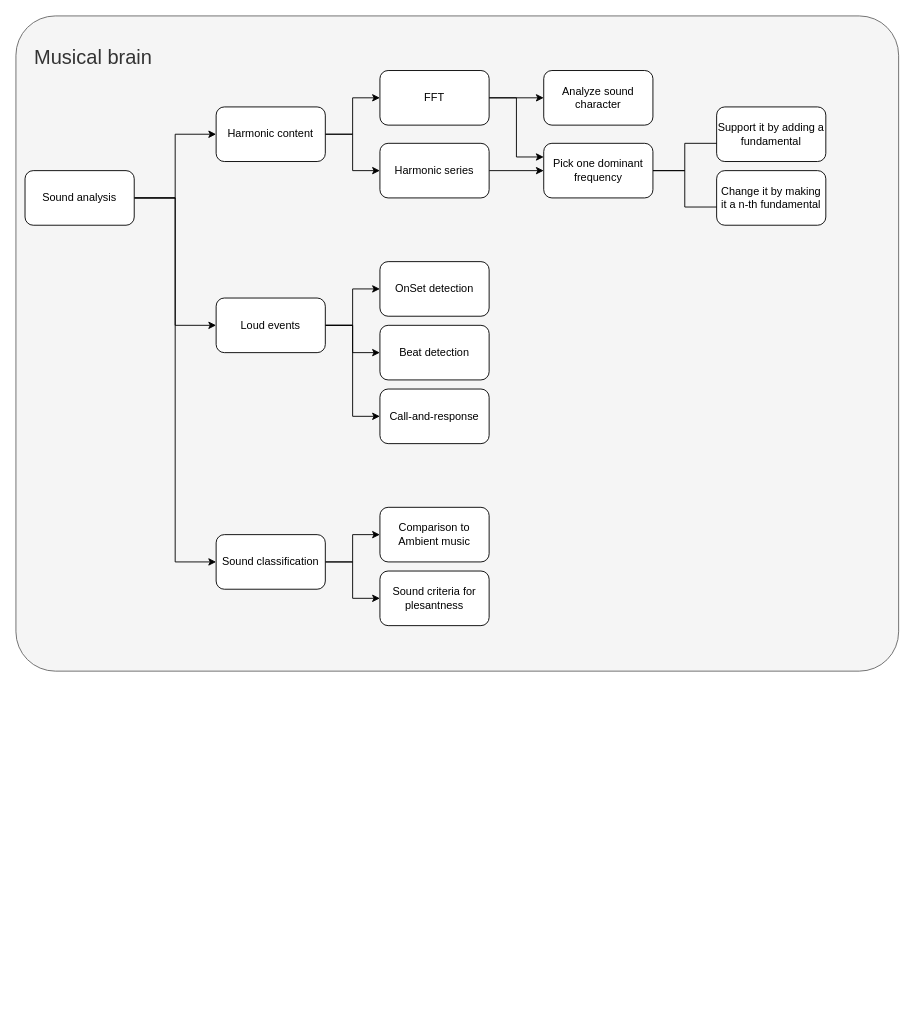
The draw.io diagram Diagrams/Nice_Noise_Diagram.drawio in prokosim/Nice_Noise, before the edit. Source tidied: cells renumbered, new cells numbered last; positions are measured from the earlier drawing's top-left corner, leaving out a move shared by most shapes. Both pictures are drawn from the tidied source at 91%, with x=0, y=0 at pixel (15, 15).
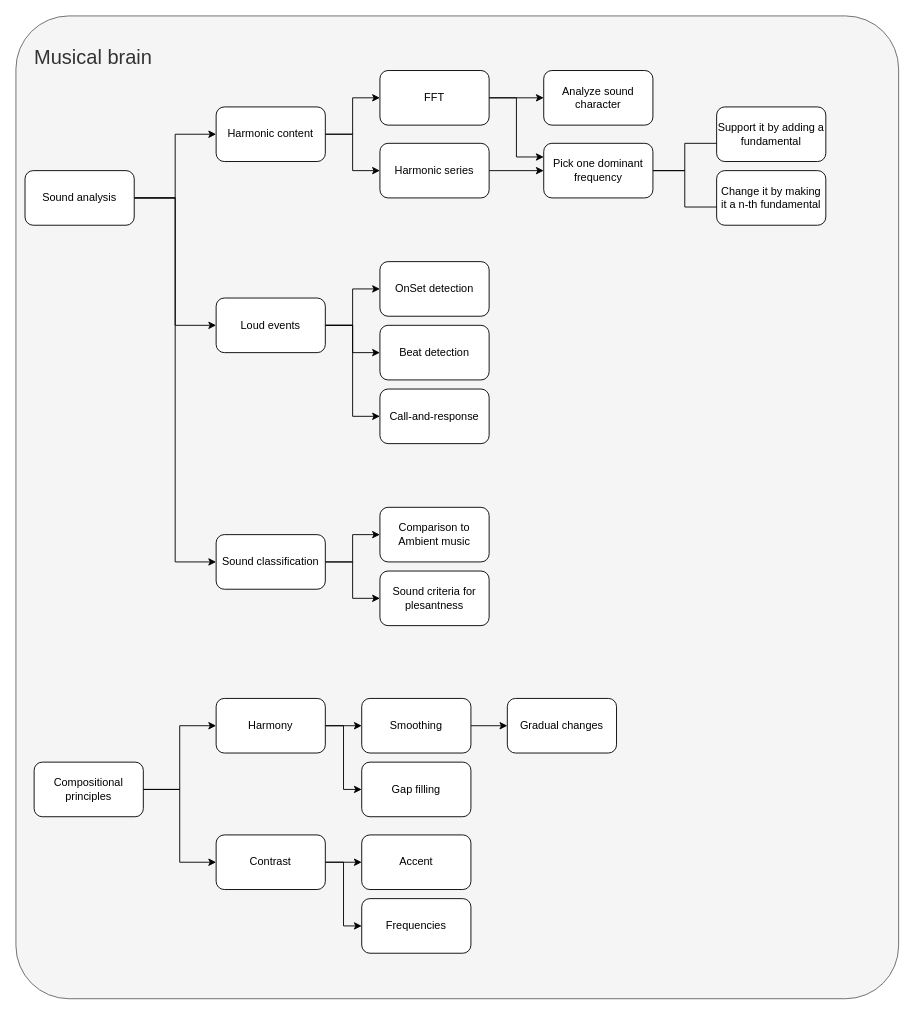
The same page after the edit.

The edit, as a diff of the source:
```diff
@@
     <mxCell id="2" value="&lt;font style=&quot;font-size: 22px&quot;&gt;&lt;br&gt;&lt;span style=&quot;white-space: pre&quot;&gt;&lt;span style=&quot;white-space: pre&quot;&gt;&lt;span style=&quot;white-space: pre&quot;&gt; &lt;/span&gt; &lt;/span&gt; &lt;/span&gt;Musical brain&lt;/font&gt;" style="rounded=1;whiteSpace=wrap;html=1;sketch=0;align=left;verticalAlign=top;fillColor=#f5f5f5;fontColor=#333333;strokeColor=#666666;arcSize=6;" parent="1" vertex="1">
-      <mxGeometry width="970" height="720" as="geometry" />
+      <mxGeometry width="970" height="1080" as="geometry" />
     </mxCell>
@@
+    <mxCell id="33" style="edgeStyle=orthogonalEdgeStyle;rounded=0;jettySize=auto;html=1;entryX=0;entryY=0.5;entryDx=0;entryDy=0;" parent="1" edge="1" source="35" target="38">
+      <mxGeometry relative="1" as="geometry" />
+    </mxCell>
+    <mxCell id="34" style="edgeStyle=orthogonalEdgeStyle;rounded=0;jettySize=auto;html=1;entryX=0;entryY=0.5;entryDx=0;entryDy=0;" parent="1" edge="1" source="35" target="41">
+      <mxGeometry relative="1" as="geometry" />
+    </mxCell>
+    <mxCell id="35" value="Compositional principles" style="rounded=1;whiteSpace=wrap;html=1;" parent="1" vertex="1">
+      <mxGeometry x="20" y="820" width="120" height="60" as="geometry" />
+    </mxCell>
+    <mxCell id="36" style="edgeStyle=orthogonalEdgeStyle;rounded=0;jettySize=auto;html=1;entryX=0;entryY=0.5;entryDx=0;entryDy=0;" parent="1" edge="1" source="38" target="43">
+      <mxGeometry relative="1" as="geometry" />
+    </mxCell>
+    <mxCell id="37" style="edgeStyle=orthogonalEdgeStyle;rounded=0;jettySize=auto;html=1;entryX=0;entryY=0.5;entryDx=0;entryDy=0;" parent="1" edge="1" source="38" target="44">
+      <mxGeometry relative="1" as="geometry" />
+    </mxCell>
+    <mxCell id="38" value="Harmony" style="rounded=1;whiteSpace=wrap;html=1;" parent="1" vertex="1">
+      <mxGeometry x="220" y="750" width="120" height="60" as="geometry" />
+    </mxCell>
+    <mxCell id="39" style="edgeStyle=orthogonalEdgeStyle;rounded=0;jettySize=auto;html=1;entryX=0;entryY=0.5;entryDx=0;entryDy=0;" parent="1" edge="1" source="41" target="45">
+      <mxGeometry relative="1" as="geometry" />
+    </mxCell>
+    <mxCell id="40" style="edgeStyle=orthogonalEdgeStyle;rounded=0;jettySize=auto;html=1;entryX=0;entryY=0.5;entryDx=0;entryDy=0;" parent="1" edge="1" source="41" target="46">
+      <mxGeometry relative="1" as="geometry" />
+    </mxCell>
+    <mxCell id="41" value="Contrast" style="rounded=1;whiteSpace=wrap;html=1;" parent="1" vertex="1">
+      <mxGeometry x="220" y="900" width="120" height="60" as="geometry" />
+    </mxCell>
+    <mxCell id="42" style="edgeStyle=orthogonalEdgeStyle;rounded=0;jettySize=auto;html=1;entryX=0;entryY=0.5;entryDx=0;entryDy=0;" parent="1" edge="1" source="43" target="47">
+      <mxGeometry relative="1" as="geometry" />
+    </mxCell>
+    <mxCell id="43" value="Smoothing" style="rounded=1;whiteSpace=wrap;html=1;" parent="1" vertex="1">
+      <mxGeometry x="380" y="750" width="120" height="60" as="geometry" />
+    </mxCell>
+    <mxCell id="44" value="Gap filling" style="rounded=1;whiteSpace=wrap;html=1;" parent="1" vertex="1">
+      <mxGeometry x="380" y="820" width="120" height="60" as="geometry" />
+    </mxCell>
+    <mxCell id="45" value="Accent" style="rounded=1;whiteSpace=wrap;html=1;" parent="1" vertex="1">
+      <mxGeometry x="380" y="900" width="120" height="60" as="geometry" />
+    </mxCell>
+    <mxCell id="46" value="Frequencies" style="rounded=1;whiteSpace=wrap;html=1;" parent="1" vertex="1">
+      <mxGeometry x="380" y="970" width="120" height="60" as="geometry" />
+    </mxCell>
+    <mxCell id="47" value="Gradual changes" style="rounded=1;whiteSpace=wrap;html=1;" parent="1" vertex="1">
+      <mxGeometry x="540" y="750" width="120" height="60" as="geometry" />
+    </mxCell>
```
